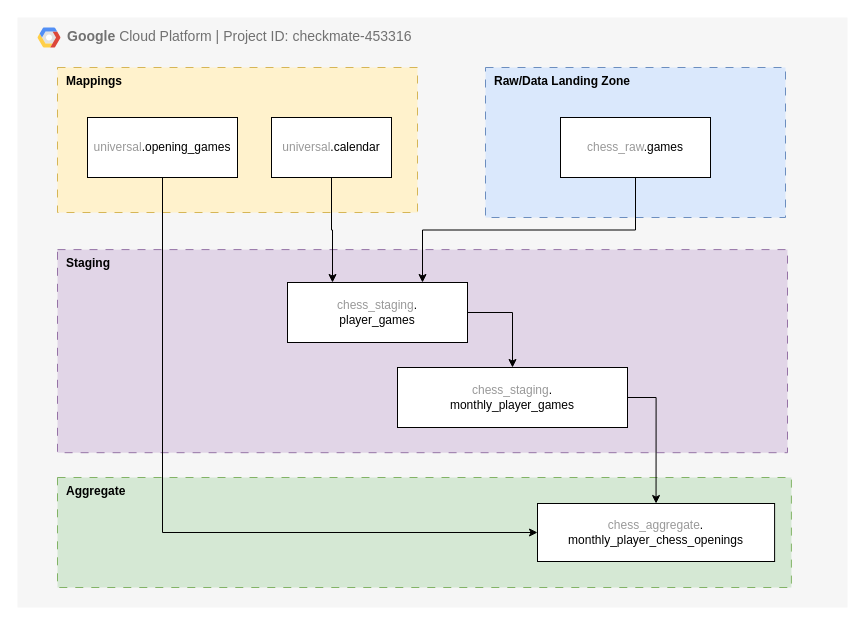
This is page "SQL Tables" (5 of 5) of diagrams/architecture/chess_pipeline_architecture.drawio from Filpill/chess_analysis, a draw.io file, before an edit. Source tidied: cells renumbered, new cells numbered last; positions are measured from the earlier drawing's top-left corner, leaving out a move shared by most shapes. Both pictures are drawn from the tidied source at 100%, with x=0, y=0 at pixel (17, 17).
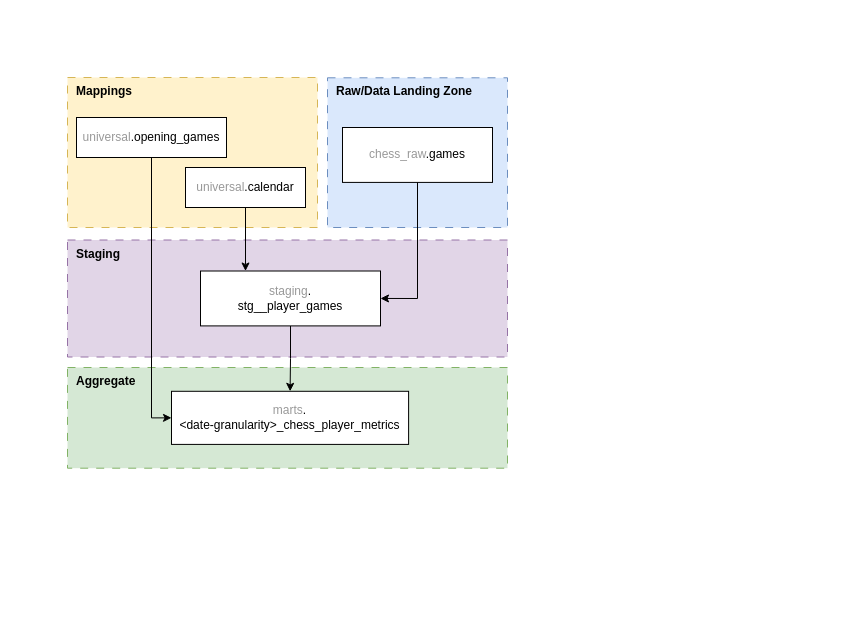
After the change.

What changed in the source:
```diff
@@
 <mxGraphModel>
   <root>
     <mxCell id="0" />
     <mxCell id="1" parent="0" />
-    <mxCell id="2" value="&lt;b&gt;Google &lt;/b&gt;Cloud Platform | Project ID: checkmate-453316" style="fillColor=#F6F6F6;strokeColor=none;shadow=0;gradientColor=none;fontSize=14;align=left;spacing=10;fontColor=#717171;9E9E9E;verticalAlign=top;spacingTop=-4;fontStyle=0;spacingLeft=40;html=1;whiteSpace=wrap;" parent="1" vertex="1">
-      <mxGeometry width="830" height="590" as="geometry" />
-    </mxCell>
-    <mxCell id="3" value="&lt;b&gt;Aggregate&lt;/b&gt;" style="rounded=0;whiteSpace=wrap;html=1;dashed=1;dashPattern=8 8;fillColor=#d5e8d4;align=left;verticalAlign=top;spacingLeft=7;strokeColor=#82b366;" parent="2" vertex="1">
-      <mxGeometry x="40" y="460" width="733.9" height="110" as="geometry" />
+    <mxCell id="3" value="&lt;b&gt;Aggregate&lt;/b&gt;" style="rounded=0;whiteSpace=wrap;html=1;dashed=1;dashPattern=8 8;fillColor=#d5e8d4;align=left;verticalAlign=top;spacingLeft=7;strokeColor=#82b366;" parent="1" vertex="1">
+      <mxGeometry x="50" y="350" width="440" height="100.7" as="geometry" />
     </mxCell>
-    <mxCell id="4" style="shape=mxgraph.gcp2.google_cloud_platform;fillColor=#F6F6F6;strokeColor=none;shadow=0;gradientColor=none;" parent="2" vertex="1">
-      <mxGeometry width="23" height="20" relative="1" as="geometry">
-        <mxPoint x="20" y="10" as="offset" />
-      </mxGeometry>
-    </mxCell>
-    <mxCell id="5" value="&lt;font style=&quot;color: rgb(153, 153, 153);&quot;&gt;chess_aggregate&lt;/font&gt;.&lt;div&gt;monthly_player_chess_openings&lt;/div&gt;" style="rounded=0;whiteSpace=wrap;html=1;" parent="2" vertex="1">
-      <mxGeometry x="520" y="486" width="237.1" height="58" as="geometry" />
-    </mxCell>
+    <mxCell id="19" value="&lt;font color=&quot;#999999&quot;&gt;marts&lt;/font&gt;.&lt;div&gt;&amp;lt;date-granularity&amp;gt;_chess_player_metrics&lt;/div&gt;" style="rounded=0;whiteSpace=wrap;html=1;" parent="1" vertex="1">
+      <mxGeometry x="154" y="373.8" width="237.1" height="53.1" as="geometry" />
+    </mxCell>
-    <mxCell id="6" value="&lt;b&gt;Staging&lt;/b&gt;" style="rounded=0;whiteSpace=wrap;html=1;dashed=1;dashPattern=8 8;fillColor=#e1d5e7;align=left;verticalAlign=top;spacingLeft=7;strokeColor=#9673a6;" parent="2" vertex="1">
-      <mxGeometry x="40" y="232.1" width="730" height="203.1" as="geometry" />
+    <mxCell id="6" value="&lt;b&gt;Staging&lt;/b&gt;" style="rounded=0;whiteSpace=wrap;html=1;dashed=1;dashPattern=8 8;fillColor=#e1d5e7;align=left;verticalAlign=top;spacingLeft=7;strokeColor=#9673a6;" parent="1" vertex="1">
+      <mxGeometry x="50" y="222.5" width="440" height="117" as="geometry" />
     </mxCell>
+    <mxCell id="20" style="edgeStyle=orthogonalEdgeStyle;rounded=0;jettySize=auto;html=1;exitX=0.5;exitY=1;exitDx=0;exitDy=0;" parent="1" edge="1" source="21" target="19">
+      <mxGeometry relative="1" as="geometry" />
+    </mxCell>
+    <mxCell id="21" value="&lt;font style=&quot;color: rgb(153, 153, 153);&quot;&gt;staging&lt;/font&gt;.&lt;div&gt;stg__player_games&lt;/div&gt;" style="rounded=0;whiteSpace=wrap;html=1;" parent="1" vertex="1">
+      <mxGeometry x="183" y="253.5" width="180" height="54.9" as="geometry" />
+    </mxCell>
+    <mxCell id="8" value="&lt;b&gt;Raw/Data Landing Zone&lt;/b&gt;" style="rounded=0;whiteSpace=wrap;html=1;dashed=1;dashPattern=8 8;fillColor=#dae8fc;align=left;verticalAlign=top;spacingLeft=7;strokeColor=#6c8ebf;" parent="1" vertex="1">
+      <mxGeometry x="310" y="60.3" width="180" height="149.7" as="geometry" />
+    </mxCell>
+    <mxCell id="14" value="&lt;font style=&quot;color: rgb(153, 153, 153);&quot;&gt;chess_raw&lt;/font&gt;.games" style="rounded=0;whiteSpace=wrap;html=1;" parent="1" vertex="1">
+      <mxGeometry x="325" y="110" width="150" height="54.9" as="geometry" />
+    </mxCell>
+    <mxCell id="22" style="edgeStyle=orthogonalEdgeStyle;rounded=0;jettySize=auto;html=1;exitX=0.5;exitY=1;exitDx=0;exitDy=0;entryX=1;entryY=0.5;entryDx=0;entryDy=0;" parent="1" edge="1" source="14" target="21">
+      <mxGeometry relative="1" as="geometry" />
+    </mxCell>
     <mxCell id="7" value="&lt;b&gt;Mappings&lt;/b&gt;" style="rounded=0;whiteSpace=wrap;html=1;dashed=1;dashPattern=8 8;fillColor=#fff2cc;align=left;verticalAlign=top;spacingLeft=7;strokeColor=#d6b656;" parent="1" vertex="1">
-      <mxGeometry x="40" y="50" width="360" height="145" as="geometry" />
+      <mxGeometry x="50" y="60" width="250" height="150" as="geometry" />
     </mxCell>
-    <mxCell id="8" value="&lt;b&gt;Raw/Data Landing Zone&lt;/b&gt;" style="rounded=0;whiteSpace=wrap;html=1;dashed=1;dashPattern=8 8;fillColor=#dae8fc;align=left;verticalAlign=top;spacingLeft=7;strokeColor=#6c8ebf;" parent="1" vertex="1">
-      <mxGeometry x="468" y="50" width="300" height="150" as="geometry" />
-    </mxCell>
-    <mxCell id="9" style="edgeStyle=orthogonalEdgeStyle;rounded=0;jettySize=auto;html=1;exitX=0.5;exitY=1;exitDx=0;exitDy=0;entryX=0.25;entryY=0;entryDx=0;entryDy=0;" parent="1" edge="1" source="10" target="16">
-      <mxGeometry relative="1" as="geometry" />
-    </mxCell>
+    <mxCell id="23" style="edgeStyle=orthogonalEdgeStyle;rounded=0;jettySize=auto;html=1;exitX=0.5;exitY=1;exitDx=0;exitDy=0;entryX=0.25;entryY=0;entryDx=0;entryDy=0;" parent="1" edge="1" source="10" target="21">
+      <mxGeometry relative="1" as="geometry" />
+    </mxCell>
     <mxCell id="10" value="&lt;font style=&quot;color: rgb(153, 153, 153);&quot;&gt;universal&lt;/font&gt;.calendar" style="rounded=0;whiteSpace=wrap;html=1;" parent="1" vertex="1">
-      <mxGeometry x="254" y="100" width="120" height="60" as="geometry" />
+      <mxGeometry x="168" y="150" width="120" height="40" as="geometry" />
     </mxCell>
-    <mxCell id="11" style="edgeStyle=orthogonalEdgeStyle;rounded=0;jettySize=auto;html=1;exitX=0.5;exitY=1;exitDx=0;exitDy=0;entryX=0;entryY=0.5;entryDx=0;entryDy=0;" parent="1" edge="1" source="12" target="5">
-      <mxGeometry relative="1" as="geometry" />
-    </mxCell>
+    <mxCell id="24" style="edgeStyle=orthogonalEdgeStyle;rounded=0;jettySize=auto;html=1;exitX=0.5;exitY=1;exitDx=0;exitDy=0;entryX=0;entryY=0.5;entryDx=0;entryDy=0;" parent="1" edge="1" source="12" target="19">
+      <mxGeometry relative="1" as="geometry" />
+    </mxCell>
     <mxCell id="12" value="&lt;font style=&quot;color: rgb(153, 153, 153);&quot;&gt;universal&lt;/font&gt;.opening_games" style="rounded=0;whiteSpace=wrap;html=1;" parent="1" vertex="1">
-      <mxGeometry x="70" y="100" width="150" height="60" as="geometry" />
+      <mxGeometry x="59" y="100" width="150" height="40" as="geometry" />
     </mxCell>
-    <mxCell id="13" style="edgeStyle=orthogonalEdgeStyle;rounded=0;jettySize=auto;html=1;exitX=0.5;exitY=1;exitDx=0;exitDy=0;entryX=0.75;entryY=0;entryDx=0;entryDy=0;" parent="1" edge="1" source="14" target="16">
-      <mxGeometry relative="1" as="geometry" />
-    </mxCell>
-    <mxCell id="14" value="&lt;font style=&quot;color: rgb(153, 153, 153);&quot;&gt;chess_raw&lt;/font&gt;.games" style="rounded=0;whiteSpace=wrap;html=1;" parent="1" vertex="1">
-      <mxGeometry x="543" y="100" width="150" height="60" as="geometry" />
-    </mxCell>
-    <mxCell id="15" style="edgeStyle=orthogonalEdgeStyle;rounded=0;jettySize=auto;html=1;exitX=1;exitY=0.5;exitDx=0;exitDy=0;" parent="1" edge="1" source="16" target="18">
-      <mxGeometry relative="1" as="geometry" />
-    </mxCell>
-    <mxCell id="16" value="&lt;font style=&quot;color: rgb(153, 153, 153);&quot;&gt;chess_staging&lt;/font&gt;.&lt;div&gt;player_games&lt;/div&gt;" style="rounded=0;whiteSpace=wrap;html=1;" parent="1" vertex="1">
-      <mxGeometry x="270" y="265" width="180" height="60" as="geometry" />
-    </mxCell>
-    <mxCell id="17" style="edgeStyle=orthogonalEdgeStyle;rounded=0;jettySize=auto;html=1;exitX=1;exitY=0.5;exitDx=0;exitDy=0;entryX=0.5;entryY=0;entryDx=0;entryDy=0;" parent="1" edge="1" source="18" target="5">
-      <mxGeometry relative="1" as="geometry" />
-    </mxCell>
-    <mxCell id="18" value="&lt;font style=&quot;color: rgb(153, 153, 153);&quot;&gt;chess_staging&lt;/font&gt;.&lt;div&gt;monthly_player_games&lt;/div&gt;" style="rounded=0;whiteSpace=wrap;html=1;" parent="1" vertex="1">
-      <mxGeometry x="380" y="350" width="230" height="60" as="geometry" />
-    </mxCell>
   </root>
 </mxGraphModel>
```
